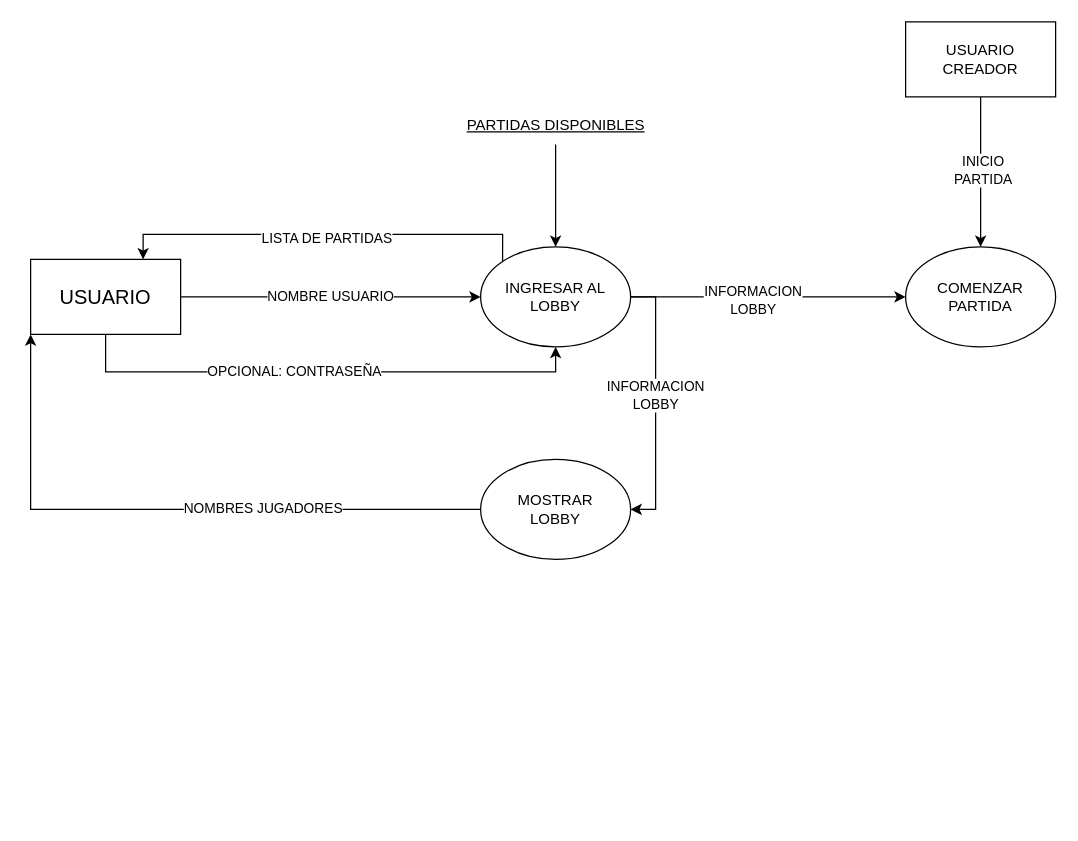
Earlier version of the draw.io diagram take-home/casos_uso/2-ingresar_partida.drawio (irmrz/ingenieria-software-1). Source tidied: cells renumbered, new cells numbered last; positions are measured from the earlier drawing's top-left corner, leaving out a move shared by most shapes. Both pictures are drawn from the tidied source at 125%, with x=0, y=0 at pixel (30, 21).
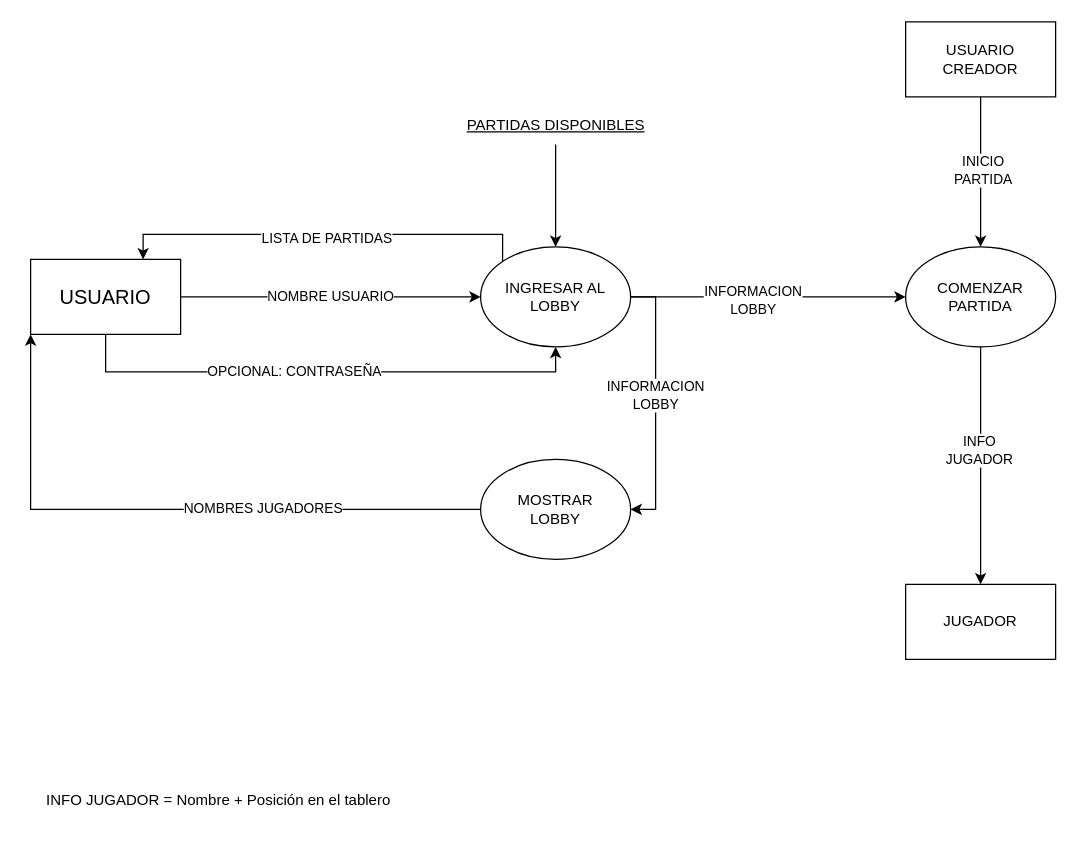
The same page after the edit.

Unchanged cells that the change refers to:
```xml
<mxCell id="19" value="&lt;div&gt;COMENZAR&lt;/div&gt;&lt;div&gt;PARTIDA&lt;br&gt;&lt;/div&gt;" style="ellipse;whiteSpace=wrap;html=1;" parent="1" vertex="1">
  <mxGeometry x="700" y="180" width="120" height="80" as="geometry" />
</mxCell>
```

Change to the diagram source:
```diff
@@
+    <mxCell id="23" style="edgeStyle=orthogonalEdgeStyle;rounded=0;jettySize=auto;html=1;entryX=0.5;entryY=0;entryDx=0;entryDy=0;" parent="1" edge="1" source="19" target="25">
+      <mxGeometry relative="1" as="geometry" />
+    </mxCell>
+    <mxCell id="24" value="&lt;div&gt;INFO&lt;/div&gt;&lt;div&gt;JUGADOR&lt;br&gt;&lt;/div&gt;" style="edgeLabel;html=1;align=center;verticalAlign=middle;" parent="23" vertex="1">
+      <mxGeometry x="-0.14" y="-2" relative="1" as="geometry" />
+    </mxCell>
@@
+    <mxCell id="25" value="JUGADOR" style="rounded=0;whiteSpace=wrap;html=1;" parent="1" vertex="1">
+      <mxGeometry x="700" y="450" width="120" height="60" as="geometry" />
+    </mxCell>
+    <mxCell id="26" value="INFO JUGADOR = Nombre + Posición en el tablero" style="text;html=1;align=center;verticalAlign=middle;strokeColor=none;fillColor=none;" parent="1" vertex="1">
+      <mxGeometry y="608" width="300" height="30" as="geometry" />
+    </mxCell>
```
